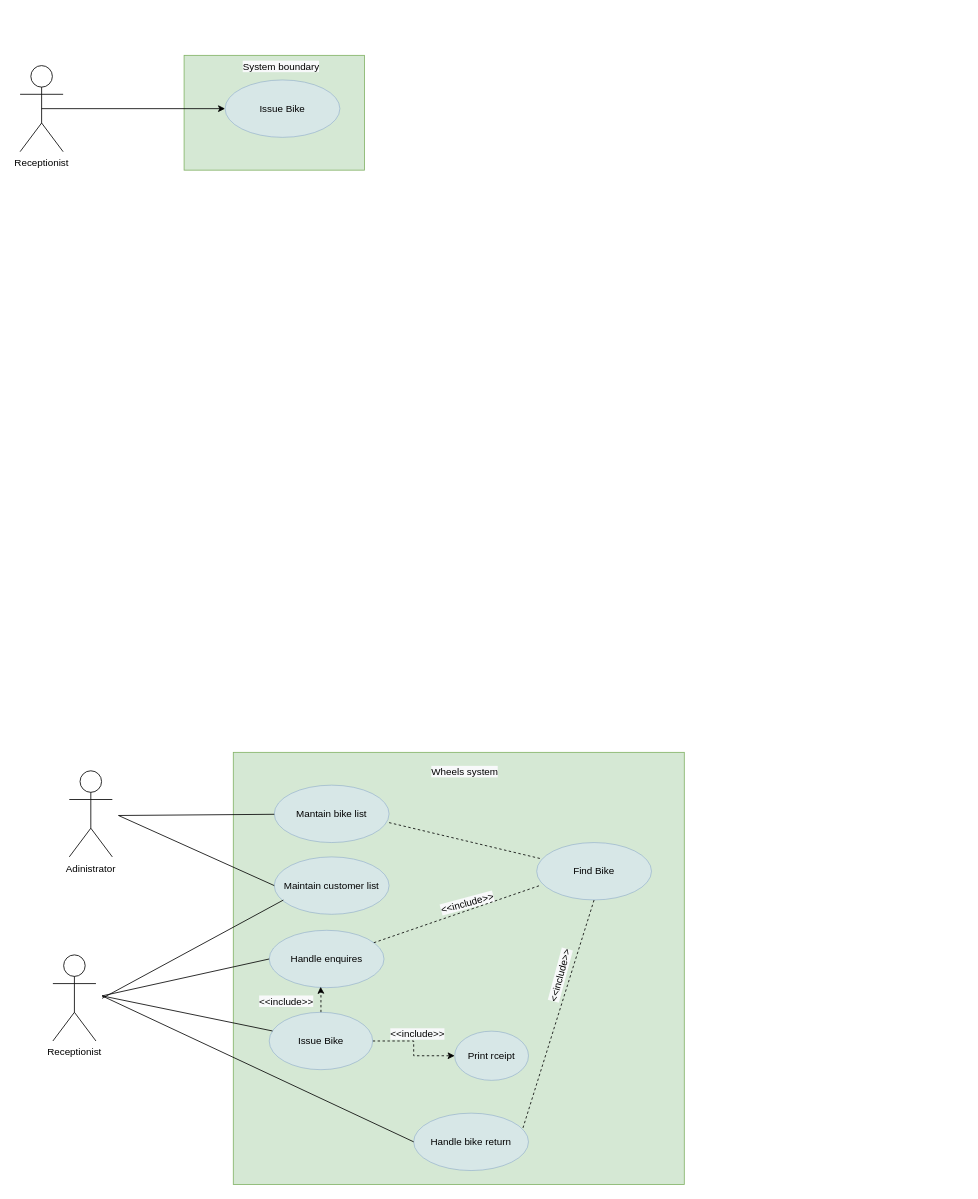
This is page "Page-1" (1 of 2) of Untitled Diagram.drawio from marioBdev/CCT_Java_CA1, a draw.io file, before an edit. Source tidied: cells renumbered, new cells numbered last; positions are measured from the earlier drawing's top-left corner, leaving out a move shared by most shapes. Both pictures are drawn from the tidied source at 82%, with x=0, y=0 at pixel (20, 55).
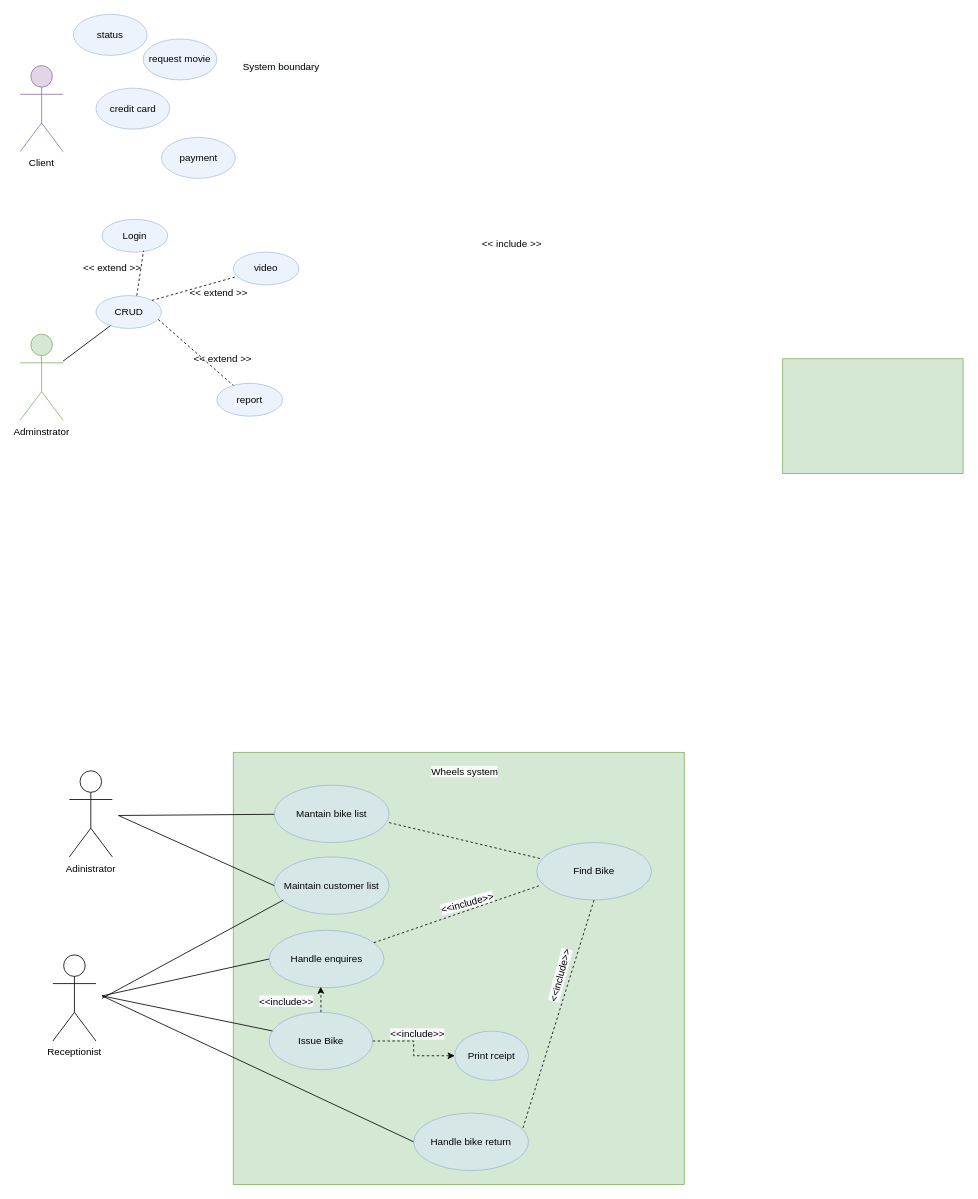
The same diagram, later.

Diff of the diagram source:
```diff
@@
     <mxCell id="2" value="&lt;h5&gt;&lt;br&gt;&lt;/h5&gt;" style="html=1;fillColor=#d5e8d4;strokeColor=#82b366;" parent="1" vertex="1">
-      <mxGeometry x="200" width="220" height="140" as="geometry" />
+      <mxGeometry x="930" y="370" width="220" height="140" as="geometry" />
     </mxCell>
-    <mxCell id="3" style="edgeStyle=orthogonalEdgeStyle;rounded=0;jettySize=auto;html=1;exitX=0.5;exitY=0.5;exitDx=0;exitDy=0;exitPerimeter=0;" parent="1" edge="1" source="4" target="5">
-      <mxGeometry relative="1" as="geometry" />
-    </mxCell>
-    <mxCell id="4" value="Receptionist" style="shape=umlActor;verticalLabelPosition=bottom;verticalAlign=top;html=1;" parent="1" vertex="1">
+    <mxCell id="4" value="Client" style="shape=umlActor;verticalLabelPosition=bottom;verticalAlign=top;html=1;fontFamily=Helvetica;fillColor=#e1d5e7;strokeColor=#9673a6;" parent="1" vertex="1">
       <mxGeometry y="12.5" width="52.5" height="105" as="geometry" />
     </mxCell>
-    <mxCell id="5" value="Issue Bike" style="ellipse;whiteSpace=wrap;html=1;fillColor=#dae8fc;strokeColor=#6c8ebf;opacity=50;" parent="1" vertex="1">
-      <mxGeometry x="250" y="30" width="140" height="70" as="geometry" />
+    <mxCell id="5" value="request movie" style="ellipse;whiteSpace=wrap;html=1;fillColor=#dae8fc;strokeColor=#6c8ebf;opacity=50;" parent="1" vertex="1">
+      <mxGeometry x="150" y="-20" width="90" height="50" as="geometry" />
     </mxCell>
@@
+    <mxCell id="33" value="Adminstrator" style="shape=umlActor;verticalLabelPosition=bottom;verticalAlign=top;html=1;fontFamily=Helvetica;fillColor=#d5e8d4;strokeColor=#82b366;" parent="1" vertex="1">
+      <mxGeometry y="340" width="52.5" height="105" as="geometry" />
+    </mxCell>
+    <mxCell id="34" value="Login" style="ellipse;whiteSpace=wrap;html=1;fillColor=#dae8fc;strokeColor=#6c8ebf;opacity=50;" parent="1" vertex="1">
+      <mxGeometry x="100" y="200" width="80" height="40" as="geometry" />
+    </mxCell>
+    <mxCell id="35" value="video" style="ellipse;whiteSpace=wrap;html=1;fillColor=#dae8fc;strokeColor=#6c8ebf;opacity=50;" parent="1" vertex="1">
+      <mxGeometry x="260" y="240" width="80" height="40" as="geometry" />
+    </mxCell>
+    <mxCell id="36" value="report" style="ellipse;whiteSpace=wrap;html=1;fillColor=#dae8fc;strokeColor=#6c8ebf;opacity=50;" parent="1" vertex="1">
+      <mxGeometry x="240" y="400" width="80" height="40" as="geometry" />
+    </mxCell>
+    <mxCell id="37" value="CRUD" style="ellipse;whiteSpace=wrap;html=1;fillColor=#dae8fc;strokeColor=#6c8ebf;opacity=50;" parent="1" vertex="1">
+      <mxGeometry x="92.5" y="293" width="80" height="40" as="geometry" />
+    </mxCell>
+    <mxCell id="38" style="endArrow=none;html=1;fontFamily=Helvetica;" parent="1" edge="1" source="33" target="37">
+      <mxGeometry relative="1" as="geometry" />
+    </mxCell>
+    <mxCell id="39" style="endArrow=none;html=1;fontFamily=Helvetica;entryX=0.632;entryY=0.955;entryDx=0;entryDy=0;entryPerimeter=0;dashed=1;" parent="1" edge="1" target="34">
+      <mxGeometry relative="1" as="geometry">
+        <mxPoint x="142.3" y="293" as="sourcePoint" />
+      </mxGeometry>
+    </mxCell>
+    <mxCell id="40" style="endArrow=none;html=1;fontFamily=Helvetica;exitX=1;exitY=0;exitDx=0;exitDy=0;dashed=1;" parent="1" edge="1" source="37" target="35">
+      <mxGeometry relative="1" as="geometry" />
+    </mxCell>
+    <mxCell id="41" style="endArrow=none;html=1;fontFamily=Helvetica;exitX=0.951;exitY=0.73;exitDx=0;exitDy=0;exitPerimeter=0;dashed=1;" parent="1" edge="1" source="37" target="36">
+      <mxGeometry relative="1" as="geometry" />
+    </mxCell>
+    <mxCell id="42" value="&amp;lt;&amp;lt; include &amp;gt;&amp;gt;" style="text;html=1;strokeColor=none;fillColor=none;align=center;verticalAlign=middle;whiteSpace=wrap;rounded=0;fontFamily=Helvetica;" parent="1" vertex="1">
+      <mxGeometry x="560" y="220" width="80" height="20" as="geometry" />
+    </mxCell>
+    <mxCell id="43" value="&amp;lt;&amp;lt; extend &amp;gt;&amp;gt;" style="text;html=1;strokeColor=none;fillColor=none;align=center;verticalAlign=middle;whiteSpace=wrap;rounded=0;fontFamily=Helvetica;" parent="1" vertex="1">
+      <mxGeometry x="205" y="360" width="85" height="20" as="geometry" />
+    </mxCell>
+    <mxCell id="44" value="&amp;lt;&amp;lt; extend &amp;gt;&amp;gt;" style="text;html=1;strokeColor=none;fillColor=none;align=center;verticalAlign=middle;whiteSpace=wrap;rounded=0;fontFamily=Helvetica;" parent="1" vertex="1">
+      <mxGeometry x="200" y="280" width="85" height="20" as="geometry" />
+    </mxCell>
+    <mxCell id="45" value="&amp;lt;&amp;lt; extend &amp;gt;&amp;gt;" style="text;html=1;strokeColor=none;fillColor=none;align=center;verticalAlign=middle;whiteSpace=wrap;rounded=0;fontFamily=Helvetica;" parent="1" vertex="1">
+      <mxGeometry x="70" y="250" width="85" height="20" as="geometry" />
+    </mxCell>
+    <mxCell id="46" value="credit card" style="ellipse;whiteSpace=wrap;html=1;fillColor=#dae8fc;strokeColor=#6c8ebf;opacity=50;" parent="1" vertex="1">
+      <mxGeometry x="92.5" y="40" width="90" height="50" as="geometry" />
+    </mxCell>
+    <mxCell id="47" value="status" style="ellipse;whiteSpace=wrap;html=1;fillColor=#dae8fc;strokeColor=#6c8ebf;opacity=50;" parent="1" vertex="1">
+      <mxGeometry x="65" y="-50" width="90" height="50" as="geometry" />
+    </mxCell>
+    <mxCell id="48" value="payment" style="ellipse;whiteSpace=wrap;html=1;fillColor=#dae8fc;strokeColor=#6c8ebf;opacity=50;" parent="1" vertex="1">
+      <mxGeometry x="172.5" y="100" width="90" height="50" as="geometry" />
+    </mxCell>
```
